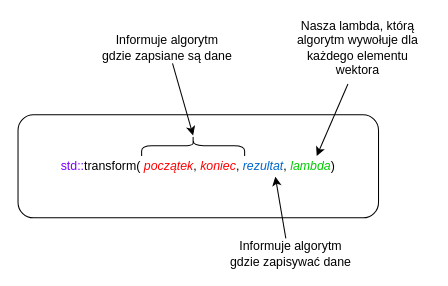
Before: page "Strona-2" (2 of 3) of static/img/tutorials/course/intermediate/lambdas/Lambdas_pl.drawio in Cpp4You/CppLangNet, a draw.io diagram. Source tidied: cells renumbered, new cells numbered last; positions are measured from the earlier drawing's top-left corner, leaving out a move shared by most shapes. Both pictures are drawn from the tidied source at 103%, with x=0, y=0 at pixel (18, 32).
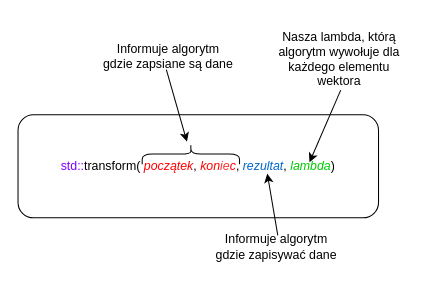
The same diagram, later.

The edit, as a diff of the source:
```diff
@@
 <mxGraphModel>
   <root>
     <mxCell id="0" />
     <mxCell id="1" parent="0" />
-    <mxCell id="2" value="&lt;font color=&quot;#7f00ff&quot;&gt;std::&lt;/font&gt;transform( &lt;i&gt;&lt;font color=&quot;#ff0000&quot;&gt;początek&lt;/font&gt;&lt;/i&gt;, &lt;i&gt;&lt;font color=&quot;#ff0000&quot;&gt;koniec&lt;/font&gt;&lt;/i&gt;, &lt;i&gt;&lt;font color=&quot;#0066cc&quot;&gt;rezultat&lt;/font&gt;&lt;/i&gt;, &lt;i&gt;&lt;font color=&quot;#00cc00&quot;&gt;lambda&lt;/font&gt;&lt;/i&gt;)" style="rounded=1;whiteSpace=wrap;html=1;" parent="1" vertex="1">
+    <mxCell id="2" value="&lt;font color=&quot;#7f00ff&quot;&gt;std::&lt;/font&gt;transform( &lt;i&gt;&lt;font color=&quot;#ff0000&quot;&gt;początek&lt;/font&gt;&lt;/i&gt;, &lt;i&gt;&lt;font color=&quot;#ff0000&quot;&gt;kon&lt;/font&gt;&lt;font color=&quot;#ff3333&quot;&gt;ie&lt;/font&gt;&lt;font color=&quot;#ff0000&quot;&gt;c&lt;/font&gt;&lt;/i&gt;, &lt;i&gt;&lt;font color=&quot;#0066cc&quot;&gt;rezultat&lt;/font&gt;&lt;/i&gt;, &lt;i&gt;&lt;font color=&quot;#00cc00&quot;&gt;lambda&lt;/font&gt;&lt;/i&gt;)" style="rounded=1;whiteSpace=wrap;html=1;" parent="1" vertex="1">
       <mxGeometry y="80" width="350" height="100" as="geometry" />
     </mxCell>
     <mxCell id="3" style="curved=1;endArrow=classic;html=1;rounded=0;fontColor=#FF3333;" parent="1" edge="1">
       <mxGeometry relative="1" as="geometry">
-        <mxPoint x="260" y="200" as="sourcePoint" />
-        <mxPoint x="249.8" y="140" as="targetPoint" />
+        <mxPoint x="252.2" y="197" as="sourcePoint" />
+        <mxPoint x="242" y="137" as="targetPoint" />
       </mxGeometry>
     </mxCell>
     <mxCell id="4" style="shape=curlyBracket;whiteSpace=wrap;html=1;rounded=1;fontColor=#FF3333;rotation=90;" parent="1" vertex="1">
-      <mxGeometry x="160" y="60" width="20" height="100" as="geometry" />
+      <mxGeometry x="157.8" y="70.8" width="20" height="94.5" as="geometry" />
     </mxCell>
     <mxCell id="5" style="curved=1;endArrow=classic;html=1;rounded=0;fontColor=#FF3333;" parent="1" edge="1">
       <mxGeometry relative="1" as="geometry">
-        <mxPoint x="150" y="30" as="sourcePoint" />
-        <mxPoint x="170" y="100" as="targetPoint" />
+        <mxPoint x="144" y="36" as="sourcePoint" />
+        <mxPoint x="164" y="106" as="targetPoint" />
       </mxGeometry>
     </mxCell>
     <mxCell id="6" style="curved=1;endArrow=classic;html=1;rounded=0;" parent="1" edge="1">
       <mxGeometry relative="1" as="geometry">
-        <mxPoint x="320.3" y="50" as="sourcePoint" />
-        <mxPoint x="290" y="120" as="targetPoint" />
+        <mxPoint x="313.3" y="56" as="sourcePoint" />
+        <mxPoint x="283" y="126" as="targetPoint" />
       </mxGeometry>
     </mxCell>
     <mxCell id="7" value="Informuje algorytm gdzie zapsiane są dane" style="text;html=1;strokeColor=none;fillColor=none;align=center;verticalAlign=middle;whiteSpace=wrap;rounded=0;" parent="1" vertex="1">
-      <mxGeometry x="80" width="130" height="30" as="geometry" />
+      <mxGeometry x="81" y="8" width="130" height="30" as="geometry" />
     </mxCell>
     <mxCell id="8" value="Nasza lambda, którą algorytm wywołuje dla każdego elementu wektora" style="text;html=1;strokeColor=none;fillColor=none;align=center;verticalAlign=middle;whiteSpace=wrap;rounded=0;" parent="1" vertex="1">
-      <mxGeometry x="260" width="140" height="30" as="geometry" />
+      <mxGeometry x="242" y="11" width="140" height="30" as="geometry" />
     </mxCell>
     <mxCell id="9" value="Informuje algorytm gdzie zapisywać dane" style="text;html=1;strokeColor=none;fillColor=none;align=center;verticalAlign=middle;whiteSpace=wrap;rounded=0;" parent="1" vertex="1">
-      <mxGeometry x="200" y="200" width="130" height="30" as="geometry" />
+      <mxGeometry x="186" y="193" width="130" height="30" as="geometry" />
     </mxCell>
   </root>
 </mxGraphModel>
```
